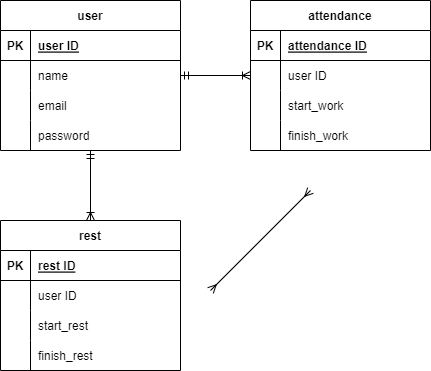
The draw.io diagram src/er.drawio.png in gh-sugiura/mock_project1, before a commit. Source tidied: cells renumbered, new cells last; positions are measured from the earlier drawing's top-left corner, leaving out a move shared by most shapes.
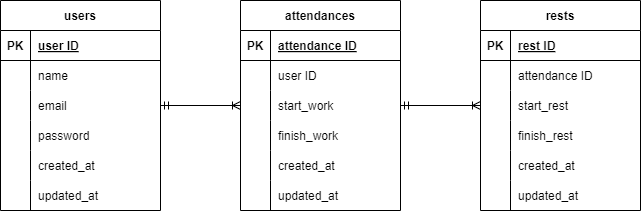
After the change.

Diff of the diagram source:
```diff
@@ -1,135 +1,183 @@
-<mxGraphModel>
+<mxGraphModel background="#ffffff">
   <root>
     <mxCell id="0" />
     <mxCell id="1" parent="0" />
-    <mxCell id="2" value="attendance" style="shape=table;startSize=30;rowLines=0;fontStyle=1;align=center;" parent="1" vertex="1">
-      <mxGeometry x="250" width="180" height="150" as="geometry" />
+    <mxCell id="2" value="attendances" style="shape=table;startSize=30;rowLines=0;fontStyle=1;align=center;" parent="1" vertex="1">
+      <mxGeometry x="280" y="-30" width="160" height="210" as="geometry" />
     </mxCell>
     <mxCell id="3" style="shape=tableRow;horizontal=0;startSize=0;swimlaneHead=0;swimlaneBody=0;fillColor=none;top=0;left=0;right=0;bottom=1;" parent="2" vertex="1">
-      <mxGeometry y="30" width="180" height="30" as="geometry" />
+      <mxGeometry y="30" width="160" height="30" as="geometry" />
     </mxCell>
     <mxCell id="4" value="PK" style="shape=partialRectangle;fillColor=none;top=0;left=0;bottom=0;right=0;fontStyle=1;overflow=hidden;" parent="3" vertex="1">
       <mxGeometry width="30" height="30" as="geometry" />
     </mxCell>
     <mxCell id="5" value="attendance ID" style="shape=partialRectangle;fillColor=none;top=0;left=0;bottom=0;right=0;align=left;spacingLeft=6;fontStyle=5;overflow=hidden;" parent="3" vertex="1">
-      <mxGeometry x="30" width="150" height="30" as="geometry" />
+      <mxGeometry x="30" width="130" height="30" as="geometry" />
     </mxCell>
     <mxCell id="6" style="shape=tableRow;horizontal=0;startSize=0;swimlaneHead=0;swimlaneBody=0;fillColor=none;points=[[0,0.5],[1,0.5]];portConstraint=eastwest;top=0;left=0;right=0;bottom=0;" parent="2" vertex="1">
-      <mxGeometry y="60" width="180" height="30" as="geometry" />
+      <mxGeometry y="60" width="160" height="30" as="geometry" />
     </mxCell>
     <mxCell id="7" style="shape=partialRectangle;fillColor=none;top=0;left=0;bottom=0;right=0;overflow=hidden;" parent="6" vertex="1">
       <mxGeometry width="30" height="30" as="geometry" />
     </mxCell>
     <mxCell id="8" value="user ID" style="shape=partialRectangle;fillColor=none;top=0;left=0;bottom=0;right=0;align=left;spacingLeft=6;overflow=hidden;" parent="6" vertex="1">
-      <mxGeometry x="30" width="150" height="30" as="geometry" />
+      <mxGeometry x="30" width="130" height="30" as="geometry" />
     </mxCell>
     <mxCell id="9" style="shape=tableRow;horizontal=0;startSize=0;swimlaneHead=0;swimlaneBody=0;fillColor=none;top=0;left=0;right=0;bottom=0;" parent="2" vertex="1">
-      <mxGeometry y="90" width="180" height="30" as="geometry" />
+      <mxGeometry y="90" width="160" height="30" as="geometry" />
     </mxCell>
     <mxCell id="10" style="shape=partialRectangle;fillColor=none;top=0;left=0;bottom=0;right=0;overflow=hidden;" parent="9" vertex="1">
       <mxGeometry width="30" height="30" as="geometry" />
     </mxCell>
     <mxCell id="11" value="start_work" style="shape=partialRectangle;fillColor=none;top=0;left=0;bottom=0;right=0;align=left;spacingLeft=6;overflow=hidden;" parent="9" vertex="1">
-      <mxGeometry x="30" width="150" height="30" as="geometry" />
+      <mxGeometry x="30" width="130" height="30" as="geometry" />
     </mxCell>
     <mxCell id="12" style="shape=tableRow;horizontal=0;startSize=0;swimlaneHead=0;swimlaneBody=0;fillColor=none;top=0;left=0;right=0;bottom=0;" parent="2" vertex="1">
-      <mxGeometry y="120" width="180" height="30" as="geometry" />
+      <mxGeometry y="120" width="160" height="30" as="geometry" />
     </mxCell>
     <mxCell id="13" style="shape=partialRectangle;fillColor=none;top=0;left=0;bottom=0;right=0;overflow=hidden;" parent="12" vertex="1">
       <mxGeometry width="30" height="30" as="geometry" />
     </mxCell>
     <mxCell id="14" value="finish_work" style="shape=partialRectangle;fillColor=none;top=0;left=0;bottom=0;right=0;align=left;spacingLeft=6;overflow=hidden;" parent="12" vertex="1">
-      <mxGeometry x="30" width="150" height="30" as="geometry" />
+      <mxGeometry x="30" width="130" height="30" as="geometry" />
     </mxCell>
+    <mxCell id="44" style="shape=tableRow;horizontal=0;startSize=0;swimlaneHead=0;swimlaneBody=0;fillColor=none;top=0;left=0;right=0;bottom=0;sketch=0;hachureGap=4;jiggle=2;curveFitting=1;fontFamily=Helvetica;fontSize=12;" parent="2" vertex="1">
+      <mxGeometry y="150" width="160" height="30" as="geometry" />
+    </mxCell>
+    <mxCell id="45" style="shape=partialRectangle;fillColor=none;top=0;left=0;bottom=0;right=0;overflow=hidden;sketch=0;hachureGap=4;jiggle=2;curveFitting=1;fontFamily=Helvetica;fontSize=12;" parent="44" vertex="1">
+      <mxGeometry width="30" height="30" as="geometry" />
+    </mxCell>
+    <mxCell id="46" value="created_at" style="shape=partialRectangle;fillColor=none;top=0;left=0;bottom=0;right=0;align=left;spacingLeft=6;overflow=hidden;sketch=0;hachureGap=4;jiggle=2;curveFitting=1;fontFamily=Helvetica;fontSize=12;" parent="44" vertex="1">
+      <mxGeometry x="30" width="130" height="30" as="geometry" />
+    </mxCell>
+    <mxCell id="47" style="shape=tableRow;horizontal=0;startSize=0;swimlaneHead=0;swimlaneBody=0;fillColor=none;top=0;left=0;right=0;bottom=0;sketch=0;hachureGap=4;jiggle=2;curveFitting=1;fontFamily=Helvetica;fontSize=12;" parent="2" vertex="1">
+      <mxGeometry y="180" width="160" height="30" as="geometry" />
+    </mxCell>
+    <mxCell id="48" style="shape=partialRectangle;fillColor=none;top=0;left=0;bottom=0;right=0;overflow=hidden;sketch=0;hachureGap=4;jiggle=2;curveFitting=1;fontFamily=Helvetica;fontSize=12;" parent="47" vertex="1">
+      <mxGeometry width="30" height="30" as="geometry" />
+    </mxCell>
+    <mxCell id="49" value="updated_at" style="shape=partialRectangle;fillColor=none;top=0;left=0;bottom=0;right=0;align=left;spacingLeft=6;overflow=hidden;sketch=0;hachureGap=4;jiggle=2;curveFitting=1;fontFamily=Helvetica;fontSize=12;" parent="47" vertex="1">
+      <mxGeometry x="30" width="130" height="30" as="geometry" />
+    </mxCell>
-    <mxCell id="15" value="user" style="shape=table;startSize=30;rowLines=0;fontStyle=1;align=center;" parent="1" vertex="1">
-      <mxGeometry width="180" height="150" as="geometry" />
+    <mxCell id="15" value="users" style="shape=table;startSize=30;rowLines=0;fontStyle=1;align=center;" parent="1" vertex="1">
+      <mxGeometry x="40" y="-30" width="160" height="210" as="geometry" />
     </mxCell>
     <mxCell id="16" style="shape=tableRow;horizontal=0;startSize=0;swimlaneHead=0;swimlaneBody=0;fillColor=none;top=0;left=0;right=0;bottom=1;" parent="15" vertex="1">
-      <mxGeometry y="30" width="180" height="30" as="geometry" />
+      <mxGeometry y="30" width="160" height="30" as="geometry" />
     </mxCell>
     <mxCell id="17" value="PK" style="shape=partialRectangle;fillColor=none;top=0;left=0;bottom=0;right=0;fontStyle=1;overflow=hidden;" parent="16" vertex="1">
       <mxGeometry width="30" height="30" as="geometry" />
     </mxCell>
     <mxCell id="18" value="user ID" style="shape=partialRectangle;fillColor=none;top=0;left=0;bottom=0;right=0;align=left;spacingLeft=6;fontStyle=5;overflow=hidden;" parent="16" vertex="1">
-      <mxGeometry x="30" width="150" height="30" as="geometry" />
+      <mxGeometry x="30" width="130" height="30" as="geometry" />
     </mxCell>
     <mxCell id="19" style="shape=tableRow;horizontal=0;startSize=0;swimlaneHead=0;swimlaneBody=0;fillColor=none;top=0;left=0;right=0;bottom=0;" parent="15" vertex="1">
-      <mxGeometry y="60" width="180" height="30" as="geometry" />
+      <mxGeometry y="60" width="160" height="30" as="geometry" />
     </mxCell>
     <mxCell id="20" style="shape=partialRectangle;fillColor=none;top=0;left=0;bottom=0;right=0;overflow=hidden;" parent="19" vertex="1">
       <mxGeometry width="30" height="30" as="geometry" />
     </mxCell>
     <mxCell id="21" value="name" style="shape=partialRectangle;fillColor=none;top=0;left=0;bottom=0;right=0;align=left;spacingLeft=6;overflow=hidden;" parent="19" vertex="1">
-      <mxGeometry x="30" width="150" height="30" as="geometry" />
+      <mxGeometry x="30" width="130" height="30" as="geometry" />
     </mxCell>
     <mxCell id="22" style="shape=tableRow;horizontal=0;startSize=0;swimlaneHead=0;swimlaneBody=0;fillColor=none;top=0;left=0;right=0;bottom=0;" parent="15" vertex="1">
-      <mxGeometry y="90" width="180" height="30" as="geometry" />
+      <mxGeometry y="90" width="160" height="30" as="geometry" />
     </mxCell>
     <mxCell id="23" style="shape=partialRectangle;fillColor=none;top=0;left=0;bottom=0;right=0;overflow=hidden;" parent="22" vertex="1">
       <mxGeometry width="30" height="30" as="geometry" />
     </mxCell>
     <mxCell id="24" value="email" style="shape=partialRectangle;fillColor=none;top=0;left=0;bottom=0;right=0;align=left;spacingLeft=6;overflow=hidden;" parent="22" vertex="1">
-      <mxGeometry x="30" width="150" height="30" as="geometry" />
+      <mxGeometry x="30" width="130" height="30" as="geometry" />
     </mxCell>
     <mxCell id="25" style="shape=tableRow;horizontal=0;startSize=0;swimlaneHead=0;swimlaneBody=0;fillColor=none;points=[[0,0.5],[1,0.5]];portConstraint=eastwest;top=0;left=0;right=0;bottom=0;" parent="15" vertex="1">
-      <mxGeometry y="120" width="180" height="30" as="geometry" />
+      <mxGeometry y="120" width="160" height="30" as="geometry" />
     </mxCell>
     <mxCell id="26" style="shape=partialRectangle;fillColor=none;top=0;left=0;bottom=0;right=0;overflow=hidden;" parent="25" vertex="1">
       <mxGeometry width="30" height="30" as="geometry" />
     </mxCell>
     <mxCell id="27" value="password" style="shape=partialRectangle;fillColor=none;top=0;left=0;bottom=0;right=0;align=left;spacingLeft=6;overflow=hidden;" parent="25" vertex="1">
-      <mxGeometry x="30" width="150" height="30" as="geometry" />
+      <mxGeometry x="30" width="130" height="30" as="geometry" />
     </mxCell>
+    <mxCell id="50" style="shape=tableRow;horizontal=0;startSize=0;swimlaneHead=0;swimlaneBody=0;fillColor=none;top=0;left=0;right=0;bottom=0;sketch=0;hachureGap=4;jiggle=2;curveFitting=1;fontFamily=Helvetica;fontSize=12;" parent="15" vertex="1">
+      <mxGeometry y="150" width="160" height="30" as="geometry" />
+    </mxCell>
+    <mxCell id="51" style="shape=partialRectangle;fillColor=none;top=0;left=0;bottom=0;right=0;overflow=hidden;sketch=0;hachureGap=4;jiggle=2;curveFitting=1;fontFamily=Helvetica;fontSize=12;" parent="50" vertex="1">
+      <mxGeometry width="30" height="30" as="geometry" />
+    </mxCell>
+    <mxCell id="52" value="created_at" style="shape=partialRectangle;fillColor=none;top=0;left=0;bottom=0;right=0;align=left;spacingLeft=6;overflow=hidden;sketch=0;hachureGap=4;jiggle=2;curveFitting=1;fontFamily=Helvetica;fontSize=12;" parent="50" vertex="1">
+      <mxGeometry x="30" width="130" height="30" as="geometry" />
+    </mxCell>
+    <mxCell id="53" style="shape=tableRow;horizontal=0;startSize=0;swimlaneHead=0;swimlaneBody=0;fillColor=none;top=0;left=0;right=0;bottom=0;sketch=0;hachureGap=4;jiggle=2;curveFitting=1;fontFamily=Helvetica;fontSize=12;" parent="15" vertex="1">
+      <mxGeometry y="180" width="160" height="30" as="geometry" />
+    </mxCell>
+    <mxCell id="54" style="shape=partialRectangle;fillColor=none;top=0;left=0;bottom=0;right=0;overflow=hidden;sketch=0;hachureGap=4;jiggle=2;curveFitting=1;fontFamily=Helvetica;fontSize=12;" parent="53" vertex="1">
+      <mxGeometry width="30" height="30" as="geometry" />
+    </mxCell>
+    <mxCell id="55" value="updated_at" style="shape=partialRectangle;fillColor=none;top=0;left=0;bottom=0;right=0;align=left;spacingLeft=6;overflow=hidden;sketch=0;hachureGap=4;jiggle=2;curveFitting=1;fontFamily=Helvetica;fontSize=12;" parent="53" vertex="1">
+      <mxGeometry x="30" width="130" height="30" as="geometry" />
+    </mxCell>
-    <mxCell id="28" style="fontSize=12;html=1;endArrow=ERoneToMany;startArrow=ERmandOne;hachureGap=4;fontFamily=Architects Daughter;fontSource=https%3A%2F%2Ffonts.googleapis.com%2Fcss%3Ffamily%3DArchitects%2BDaughter;entryX=0;entryY=0.5;entryDx=0;entryDy=0;" parent="1" edge="1" source="15" target="6">
+    <mxCell id="28" style="fontSize=12;html=1;endArrow=ERoneToMany;startArrow=ERmandOne;hachureGap=4;fontFamily=Architects Daughter;fontSource=https%3A%2F%2Ffonts.googleapis.com%2Fcss%3Ffamily%3DArchitects%2BDaughter;" parent="1" edge="1" source="15" target="2">
       <mxGeometry relative="1" as="geometry" />
     </mxCell>
-    <mxCell id="29" value="rest" style="shape=table;startSize=30;rowLines=0;fontStyle=1;align=center;" parent="1" vertex="1">
-      <mxGeometry y="220" width="180" height="150" as="geometry" />
+    <mxCell id="29" value="rests" style="shape=table;startSize=30;rowLines=0;fontStyle=1;align=center;" parent="1" vertex="1">
+      <mxGeometry x="520" y="-30" width="160" height="210" as="geometry" />
     </mxCell>
     <mxCell id="30" style="shape=tableRow;horizontal=0;startSize=0;swimlaneHead=0;swimlaneBody=0;fillColor=none;top=0;left=0;right=0;bottom=1;" parent="29" vertex="1">
-      <mxGeometry y="30" width="180" height="30" as="geometry" />
+      <mxGeometry y="30" width="160" height="30" as="geometry" />
     </mxCell>
     <mxCell id="31" value="PK" style="shape=partialRectangle;fillColor=none;top=0;left=0;bottom=0;right=0;fontStyle=1;overflow=hidden;" parent="30" vertex="1">
       <mxGeometry width="30" height="30" as="geometry" />
     </mxCell>
     <mxCell id="32" value="rest ID" style="shape=partialRectangle;fillColor=none;top=0;left=0;bottom=0;right=0;align=left;spacingLeft=6;fontStyle=5;overflow=hidden;" parent="30" vertex="1">
-      <mxGeometry x="30" width="150" height="30" as="geometry" />
+      <mxGeometry x="30" width="130" height="30" as="geometry" />
     </mxCell>
     <mxCell id="33" style="shape=tableRow;horizontal=0;startSize=0;swimlaneHead=0;swimlaneBody=0;fillColor=none;top=0;left=0;right=0;bottom=0;" parent="29" vertex="1">
-      <mxGeometry y="60" width="180" height="30" as="geometry" />
+      <mxGeometry y="60" width="160" height="30" as="geometry" />
     </mxCell>
     <mxCell id="34" style="shape=partialRectangle;fillColor=none;top=0;left=0;bottom=0;right=0;overflow=hidden;" parent="33" vertex="1">
       <mxGeometry width="30" height="30" as="geometry" />
     </mxCell>
-    <mxCell id="35" value="user ID" style="shape=partialRectangle;fillColor=none;top=0;left=0;bottom=0;right=0;align=left;spacingLeft=6;overflow=hidden;" parent="33" vertex="1">
-      <mxGeometry x="30" width="150" height="30" as="geometry" />
+    <mxCell id="35" value="attendance ID" style="shape=partialRectangle;fillColor=none;top=0;left=0;bottom=0;right=0;align=left;spacingLeft=6;overflow=hidden;" parent="33" vertex="1">
+      <mxGeometry x="30" width="130" height="30" as="geometry" />
     </mxCell>
     <mxCell id="36" style="shape=tableRow;horizontal=0;startSize=0;swimlaneHead=0;swimlaneBody=0;fillColor=none;top=0;left=0;right=0;bottom=0;" parent="29" vertex="1">
-      <mxGeometry y="90" width="180" height="30" as="geometry" />
+      <mxGeometry y="90" width="160" height="30" as="geometry" />
     </mxCell>
     <mxCell id="37" style="shape=partialRectangle;fillColor=none;top=0;left=0;bottom=0;right=0;overflow=hidden;" parent="36" vertex="1">
       <mxGeometry width="30" height="30" as="geometry" />
     </mxCell>
     <mxCell id="38" value="start_rest" style="shape=partialRectangle;fillColor=none;top=0;left=0;bottom=0;right=0;align=left;spacingLeft=6;overflow=hidden;" parent="36" vertex="1">
-      <mxGeometry x="30" width="150" height="30" as="geometry" />
+      <mxGeometry x="30" width="130" height="30" as="geometry" />
     </mxCell>
     <mxCell id="39" style="shape=tableRow;horizontal=0;startSize=0;swimlaneHead=0;swimlaneBody=0;fillColor=none;top=0;left=0;right=0;bottom=0;" parent="29" vertex="1">
-      <mxGeometry y="120" width="180" height="30" as="geometry" />
+      <mxGeometry y="120" width="160" height="30" as="geometry" />
     </mxCell>
     <mxCell id="40" style="shape=partialRectangle;fillColor=none;top=0;left=0;bottom=0;right=0;overflow=hidden;" parent="39" vertex="1">
       <mxGeometry width="30" height="30" as="geometry" />
     </mxCell>
     <mxCell id="41" value="finish_rest" style="shape=partialRectangle;fillColor=none;top=0;left=0;bottom=0;right=0;align=left;spacingLeft=6;overflow=hidden;" parent="39" vertex="1">
-      <mxGeometry x="30" width="150" height="30" as="geometry" />
+      <mxGeometry x="30" width="130" height="30" as="geometry" />
     </mxCell>
+    <mxCell id="56" style="shape=tableRow;horizontal=0;startSize=0;swimlaneHead=0;swimlaneBody=0;fillColor=none;top=0;left=0;right=0;bottom=0;sketch=0;hachureGap=4;jiggle=2;curveFitting=1;fontFamily=Helvetica;fontSize=12;" parent="29" vertex="1">
+      <mxGeometry y="150" width="160" height="30" as="geometry" />
+    </mxCell>
+    <mxCell id="57" style="shape=partialRectangle;fillColor=none;top=0;left=0;bottom=0;right=0;overflow=hidden;sketch=0;hachureGap=4;jiggle=2;curveFitting=1;fontFamily=Helvetica;fontSize=12;" parent="56" vertex="1">
+      <mxGeometry width="30" height="30" as="geometry" />
+    </mxCell>
+    <mxCell id="58" value="created_at" style="shape=partialRectangle;fillColor=none;top=0;left=0;bottom=0;right=0;align=left;spacingLeft=6;overflow=hidden;sketch=0;hachureGap=4;jiggle=2;curveFitting=1;fontFamily=Helvetica;fontSize=12;" parent="56" vertex="1">
+      <mxGeometry x="30" width="130" height="30" as="geometry" />
+    </mxCell>
+    <mxCell id="59" style="shape=tableRow;horizontal=0;startSize=0;swimlaneHead=0;swimlaneBody=0;fillColor=none;top=0;left=0;right=0;bottom=0;sketch=0;hachureGap=4;jiggle=2;curveFitting=1;fontFamily=Helvetica;fontSize=12;" parent="29" vertex="1">
+      <mxGeometry y="180" width="160" height="30" as="geometry" />
+    </mxCell>
+    <mxCell id="60" style="shape=partialRectangle;fillColor=none;top=0;left=0;bottom=0;right=0;overflow=hidden;sketch=0;hachureGap=4;jiggle=2;curveFitting=1;fontFamily=Helvetica;fontSize=12;" parent="59" vertex="1">
+      <mxGeometry width="30" height="30" as="geometry" />
+    </mxCell>
+    <mxCell id="61" value="updated_at" style="shape=partialRectangle;fillColor=none;top=0;left=0;bottom=0;right=0;align=left;spacingLeft=6;overflow=hidden;sketch=0;hachureGap=4;jiggle=2;curveFitting=1;fontFamily=Helvetica;fontSize=12;" parent="59" vertex="1">
+      <mxGeometry x="30" width="130" height="30" as="geometry" />
+    </mxCell>
-    <mxCell id="42" style="fontSize=12;html=1;endArrow=ERoneToMany;startArrow=ERmandOne;hachureGap=4;fontFamily=Architects Daughter;fontSource=https%3A%2F%2Ffonts.googleapis.com%2Fcss%3Ffamily%3DArchitects%2BDaughter;entryX=0.5;entryY=0;entryDx=0;entryDy=0;" parent="1" edge="1" source="25" target="29">
+    <mxCell id="42" style="fontSize=12;html=1;endArrow=ERoneToMany;startArrow=ERmandOne;hachureGap=4;fontFamily=Architects Daughter;fontSource=https%3A%2F%2Ffonts.googleapis.com%2Fcss%3Ffamily%3DArchitects%2BDaughter;" parent="1" edge="1" source="2" target="29">
       <mxGeometry relative="1" as="geometry" />
     </mxCell>
-    <mxCell id="43" style="fontSize=12;html=1;endArrow=ERmany;startArrow=ERmany;hachureGap=4;fontFamily=Architects Daughter;fontSource=https%3A%2F%2Ffonts.googleapis.com%2Fcss%3Ffamily%3DArchitects%2BDaughter;" parent="1" edge="1">
-      <mxGeometry relative="1" as="geometry">
-        <mxPoint x="210" y="290" as="sourcePoint" />
-        <mxPoint x="310" y="190" as="targetPoint" />
-      </mxGeometry>
-    </mxCell>
   </root>
 </mxGraphModel>
```
